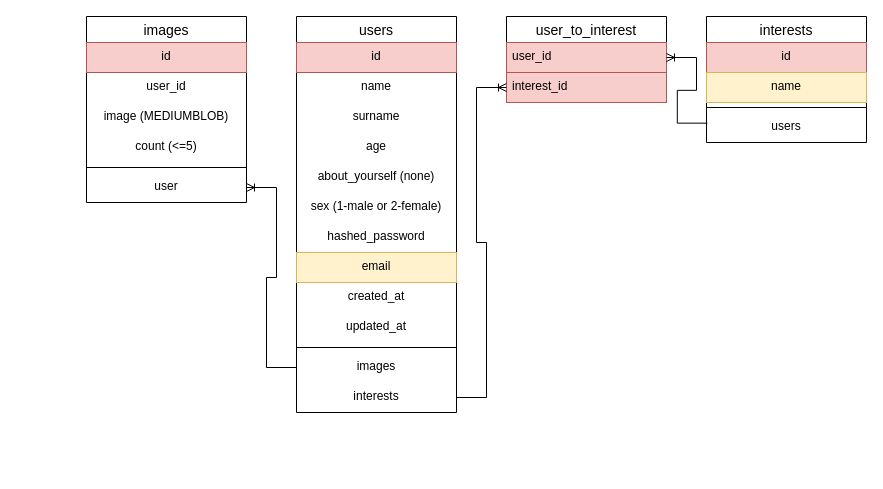
andrey-blight/ademy keeps this draw.io diagram as Diagram/Database.drawio. Above is the earlier version. Source tidied: cells renumbered, new cells numbered last; positions are measured from the earlier drawing's top-left corner, leaving out a move shared by most shapes. Both pictures are drawn from the tidied source at 100%, with x=0, y=0 at pixel (86, 16).
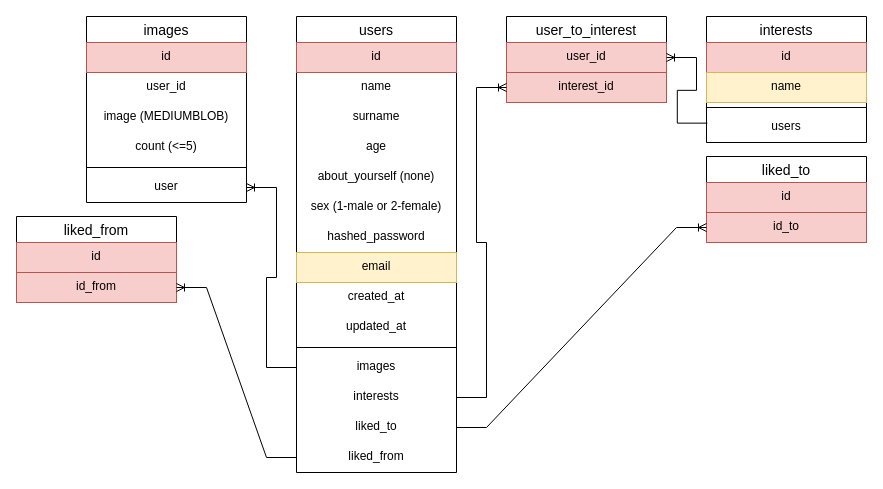
Above is the later version.

Commit message:
Add changes to database diagram

Unchanged cells that the change refers to:
```xml
<mxCell id="21" value="user_to_interest" style="swimlane;fontStyle=0;horizontal=1;startSize=26;align=center;fontSize=14;" parent="1" vertex="1">
  <mxGeometry x="420" width="160" height="86" as="geometry" />
</mxCell>
```

What changed in the source:
```diff
@@
     <mxCell id="2" value="users" style="swimlane;fontStyle=0;horizontal=1;startSize=26;align=center;fontSize=14;" parent="1" vertex="1">
-      <mxGeometry x="210" width="160" height="396" as="geometry" />
+      <mxGeometry x="210" width="160" height="456" as="geometry" />
     </mxCell>
@@
+    <mxCell id="34" value="liked_to" style="text;spacingLeft=4;spacingRight=4;overflow=hidden;points=[[0,0.5],[1,0.5]];portConstraint=eastwest;fontSize=12;align=center;" parent="2" vertex="1">
+      <mxGeometry y="396" width="160" height="30" as="geometry" />
+    </mxCell>
+    <mxCell id="35" value="liked_from" style="text;spacingLeft=4;spacingRight=4;overflow=hidden;points=[[0,0.5],[1,0.5]];portConstraint=eastwest;fontSize=12;align=center;" parent="2" vertex="1">
+      <mxGeometry y="426" width="160" height="30" as="geometry" />
+    </mxCell>
@@
-    <mxCell id="22" value="user_id" style="text;strokeColor=#b85450;fillColor=#f8cecc;spacingLeft=4;spacingRight=4;overflow=hidden;points=[[0,0.5],[1,0.5]];portConstraint=eastwest;fontSize=12;" parent="21" vertex="1">
+    <mxCell id="22" value="user_id" style="text;strokeColor=#b85450;fillColor=#f8cecc;spacingLeft=4;spacingRight=4;overflow=hidden;points=[[0,0.5],[1,0.5]];portConstraint=eastwest;fontSize=12;align=center;" parent="21" vertex="1">
       <mxGeometry y="26" width="160" height="30" as="geometry" />
     </mxCell>
-    <mxCell id="23" value="interest_id" style="text;strokeColor=#b85450;fillColor=#f8cecc;spacingLeft=4;spacingRight=4;overflow=hidden;points=[[0,0.5],[1,0.5]];portConstraint=eastwest;fontSize=12;" parent="21" vertex="1">
+    <mxCell id="23" value="interest_id" style="text;strokeColor=#b85450;fillColor=#f8cecc;spacingLeft=4;spacingRight=4;overflow=hidden;points=[[0,0.5],[1,0.5]];portConstraint=eastwest;fontSize=12;align=center;" parent="21" vertex="1">
       <mxGeometry y="56" width="160" height="30" as="geometry" />
     </mxCell>
@@
+    <mxCell id="36" value="liked_to" style="swimlane;fontStyle=0;horizontal=1;startSize=26;align=center;fontSize=14;" parent="1" vertex="1">
+      <mxGeometry x="620" y="140" width="160" height="86" as="geometry" />
+    </mxCell>
+    <mxCell id="37" value="id" style="text;strokeColor=#b85450;fillColor=#f8cecc;spacingLeft=4;spacingRight=4;overflow=hidden;fontSize=12;align=center;" parent="36" vertex="1">
+      <mxGeometry y="26" width="160" height="30" as="geometry" />
+    </mxCell>
+    <mxCell id="38" value="id_to" style="text;strokeColor=#b85450;fillColor=#f8cecc;spacingLeft=4;spacingRight=4;overflow=hidden;points=[[0,0.5],[1,0.5]];portConstraint=eastwest;fontSize=12;align=center;" parent="36" vertex="1">
+      <mxGeometry y="56" width="160" height="30" as="geometry" />
+    </mxCell>
+    <mxCell id="39" style="edgeStyle=entityRelationEdgeStyle;fontSize=12;html=1;endArrow=ERoneToMany;rounded=0;exitX=1;exitY=0.5;exitDx=0;exitDy=0;entryX=0;entryY=0.5;entryDx=0;entryDy=0;" parent="1" edge="1" source="34" target="38">
+      <mxGeometry relative="1" as="geometry" />
+    </mxCell>
+    <mxCell id="40" value="liked_from" style="swimlane;fontStyle=0;horizontal=1;startSize=26;align=center;fontSize=14;" parent="1" vertex="1">
+      <mxGeometry x="-70" y="200" width="160" height="86" as="geometry" />
+    </mxCell>
+    <mxCell id="41" value="id" style="text;strokeColor=#b85450;fillColor=#f8cecc;spacingLeft=4;spacingRight=4;overflow=hidden;fontSize=12;align=center;" parent="40" vertex="1">
+      <mxGeometry y="26" width="160" height="30" as="geometry" />
+    </mxCell>
+    <mxCell id="42" value="id_from" style="text;strokeColor=#b85450;fillColor=#f8cecc;spacingLeft=4;spacingRight=4;overflow=hidden;points=[[0,0.5],[1,0.5]];portConstraint=eastwest;fontSize=12;align=center;" parent="40" vertex="1">
+      <mxGeometry y="56" width="160" height="30" as="geometry" />
+    </mxCell>
+    <mxCell id="43" style="edgeStyle=entityRelationEdgeStyle;fontSize=12;html=1;endArrow=ERoneToMany;rounded=0;exitX=0;exitY=0.5;exitDx=0;exitDy=0;entryX=1;entryY=0.5;entryDx=0;entryDy=0;" parent="1" edge="1" source="35" target="42">
+      <mxGeometry relative="1" as="geometry" />
+    </mxCell>
```
